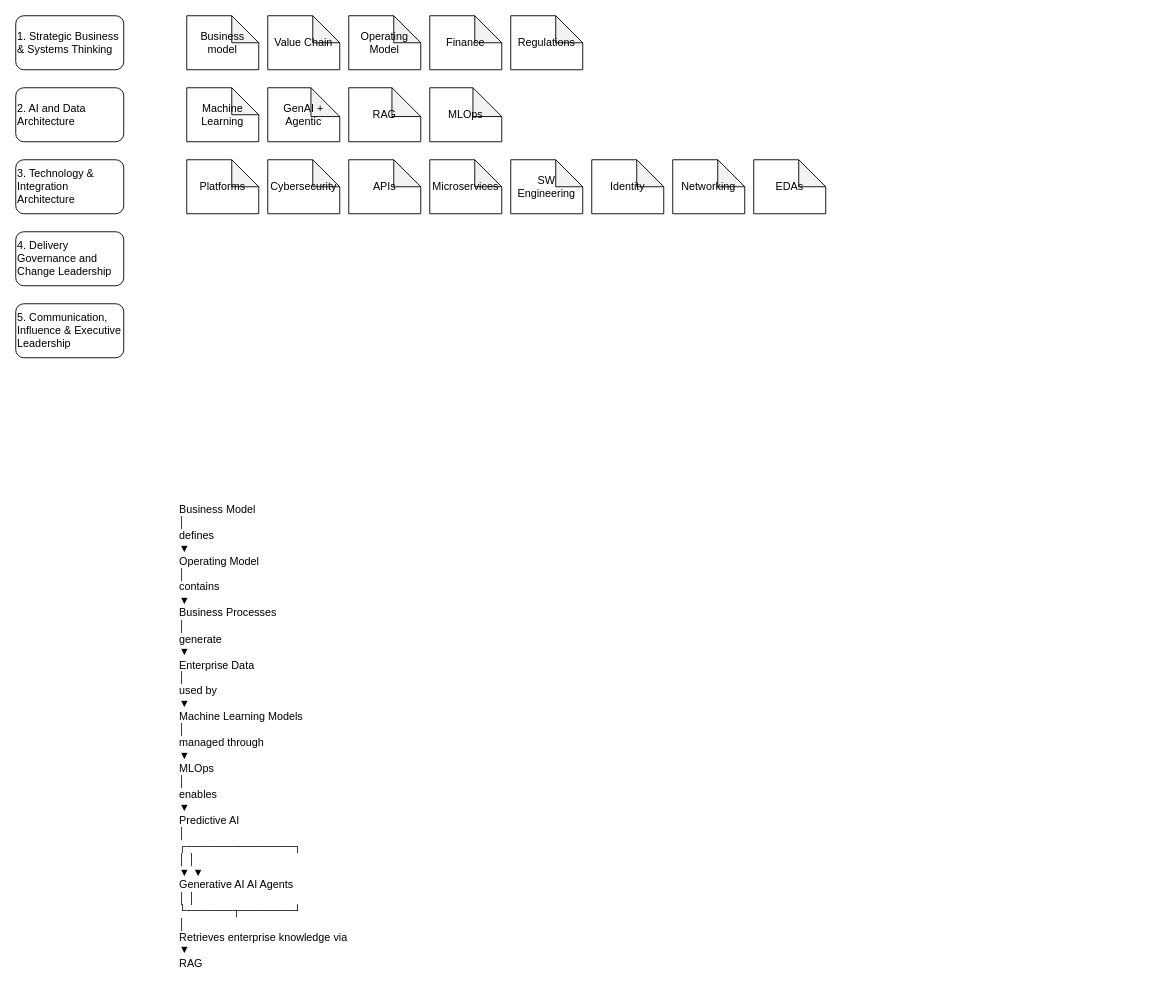
Earlier version of the draw.io diagram page "EA Competencies" (1 of 2) of assets/E_A_Skillsets.drawio (knaidoo/github-slideshow). Source tidied: cells renumbered, new cells numbered last; positions are measured from the earlier drawing's top-left corner, leaving out a move shared by most shapes. Both pictures are drawn from the tidied source at 90%, with x=0, y=0 at pixel (15, 15).
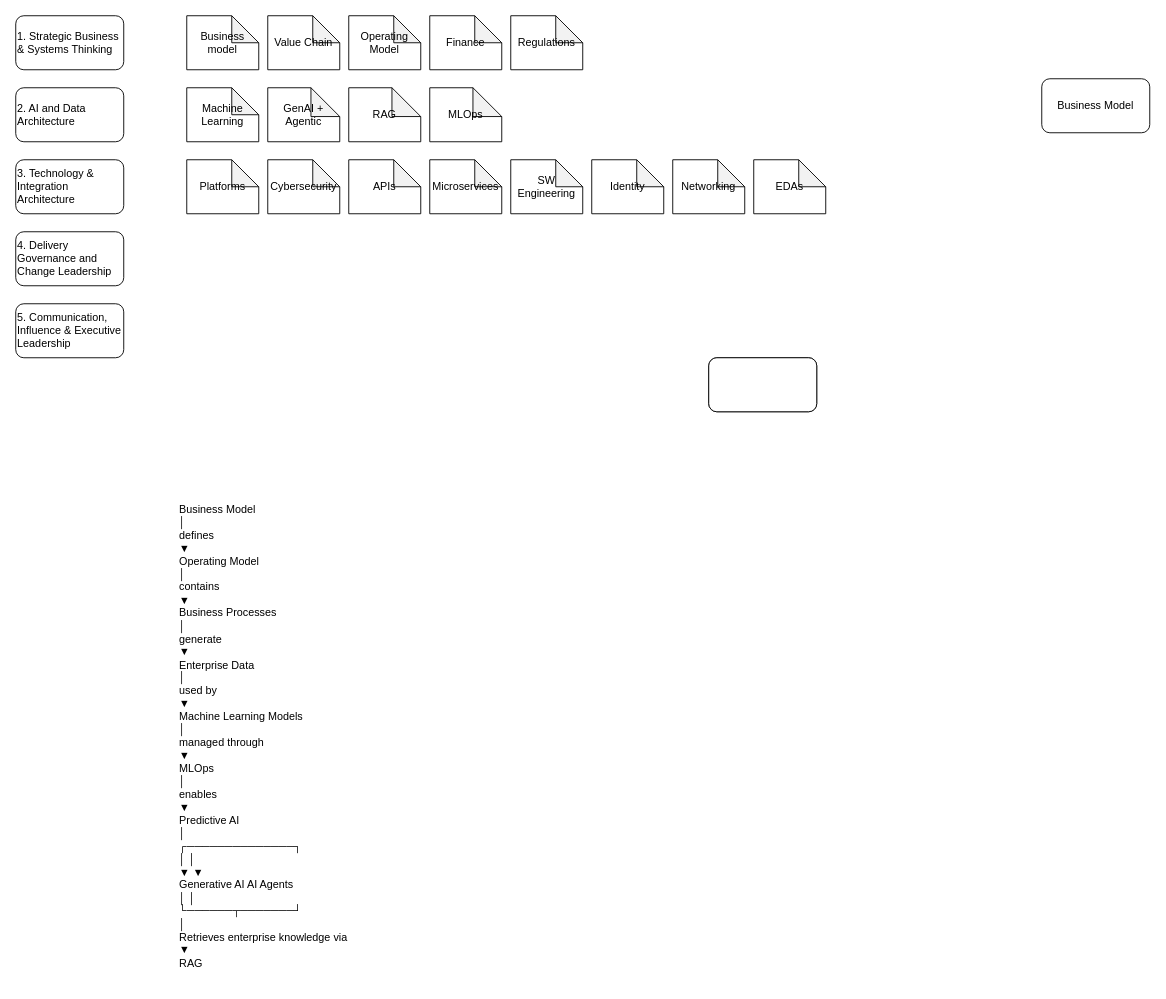
Above is the later version.

What changed in the source:
```diff
@@
+    <mxCell id="25" style="rounded=1;whiteSpace=wrap;html=1;" parent="1" vertex="1">
+      <mxGeometry x="770" y="380" width="120" height="60" as="geometry" />
+    </mxCell>
+    <mxCell id="26" style="rounded=1;whiteSpace=wrap;html=1;" parent="1" vertex="1">
+      <mxGeometry x="770" y="380" width="120" height="60" as="geometry" />
+    </mxCell>
+    <mxCell id="27" value="Business Model" style="rounded=1;whiteSpace=wrap;html=1;" parent="1" vertex="1">
+      <mxGeometry x="1140" y="70" width="120" height="60" as="geometry" />
+    </mxCell>
```
